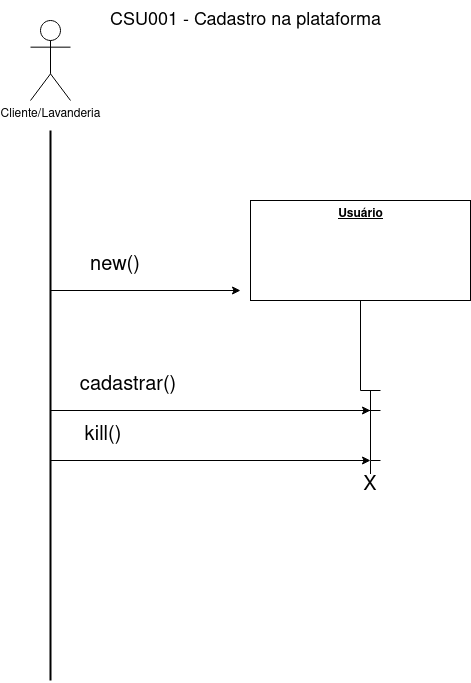
MuriloGomesMunhoz/A-SClean keeps this draw.io diagram as resources/sequence_cadastro.png. Above is the earlier version. Source tidied: cells renumbered, new cells last; positions are measured from the earlier drawing's top-left corner, leaving out a move shared by most shapes. Source of this version:
```xml
<mxGraphModel>
  <root>
    <mxCell id="0" />
    <mxCell id="1" parent="0" />
    <mxCell id="2" style="endArrow=none;html=1;strokeWidth=2;rounded=0;fontSize=30;" parent="1" edge="1">
      <mxGeometry relative="1" as="geometry">
        <mxPoint x="20" y="130" as="sourcePoint" />
        <mxPoint x="20" y="680" as="targetPoint" />
      </mxGeometry>
    </mxCell>
    <mxCell id="3" style="endArrow=classic;html=1;rounded=0;fontSize=30;" parent="1" edge="1">
      <mxGeometry relative="1" as="geometry">
        <mxPoint x="20" y="290" as="sourcePoint" />
        <mxPoint x="210" y="290" as="targetPoint" />
      </mxGeometry>
    </mxCell>
    <mxCell id="4" value="new()" style="text;html=1;strokeColor=none;fillColor=none;align=center;verticalAlign=middle;whiteSpace=wrap;rounded=0;fontSize=20;" parent="1" vertex="1">
      <mxGeometry x="50" y="250" width="70" height="30" as="geometry" />
    </mxCell>
    <mxCell id="5" value="Cliente/Lavanderia" style="shape=umlActor;verticalLabelPosition=bottom;verticalAlign=top;html=1;" parent="1" vertex="1">
      <mxGeometry y="20" width="40" height="80" as="geometry" />
    </mxCell>
    <mxCell id="6" style="edgeStyle=orthogonalEdgeStyle;rounded=0;jettySize=auto;html=1;endArrow=none;endFill=0;" parent="1" edge="1" source="7">
      <mxGeometry relative="1" as="geometry">
        <mxPoint x="330" y="390" as="targetPoint" />
      </mxGeometry>
    </mxCell>
    <mxCell id="7" value="&lt;b&gt;&lt;u&gt;Usuário&lt;/u&gt;&lt;/b&gt;" style="html=1;verticalAlign=top;" parent="1" vertex="1">
      <mxGeometry x="220" y="200" width="220" height="100" as="geometry" />
    </mxCell>
    <mxCell id="8" style="endArrow=classic;html=1;rounded=0;fontSize=30;" parent="1" edge="1">
      <mxGeometry relative="1" as="geometry">
        <mxPoint x="20" y="410" as="sourcePoint" />
        <mxPoint x="340" y="410" as="targetPoint" />
      </mxGeometry>
    </mxCell>
    <mxCell id="9" value="cadastrar()" style="text;html=1;strokeColor=none;fillColor=none;align=center;verticalAlign=middle;whiteSpace=wrap;rounded=0;fontSize=20;" parent="1" vertex="1">
      <mxGeometry x="50" y="370" width="96" height="30" as="geometry" />
    </mxCell>
    <mxCell id="10" style="edgeStyle=orthogonalEdgeStyle;rounded=0;orthogonalLoop=1;jettySize=auto;html=1;endArrow=none;endFill=0;" parent="1" edge="1">
      <mxGeometry relative="1" as="geometry">
        <mxPoint x="330" y="390" as="sourcePoint" />
        <mxPoint x="350" y="390" as="targetPoint" />
      </mxGeometry>
    </mxCell>
    <mxCell id="11" style="edgeStyle=orthogonalEdgeStyle;rounded=0;orthogonalLoop=1;jettySize=auto;html=1;endArrow=none;endFill=0;" parent="1" edge="1">
      <mxGeometry relative="1" as="geometry">
        <mxPoint x="340" y="390" as="sourcePoint" />
        <mxPoint x="340" y="410" as="targetPoint" />
      </mxGeometry>
    </mxCell>
    <mxCell id="12" style="edgeStyle=orthogonalEdgeStyle;rounded=0;orthogonalLoop=1;jettySize=auto;html=1;endArrow=none;endFill=0;" parent="1" edge="1">
      <mxGeometry relative="1" as="geometry">
        <mxPoint x="330" y="410" as="sourcePoint" />
        <mxPoint x="350" y="410" as="targetPoint" />
      </mxGeometry>
    </mxCell>
    <mxCell id="13" value="kill()" style="text;html=1;strokeColor=none;fillColor=none;align=center;verticalAlign=middle;whiteSpace=wrap;rounded=0;fontSize=20;" parent="1" vertex="1">
      <mxGeometry x="50" y="420" width="46" height="30" as="geometry" />
    </mxCell>
    <mxCell id="14" style="endArrow=classic;html=1;rounded=0;fontSize=30;" parent="1" edge="1">
      <mxGeometry relative="1" as="geometry">
        <mxPoint x="20" y="460" as="sourcePoint" />
        <mxPoint x="340" y="460" as="targetPoint" />
      </mxGeometry>
    </mxCell>
    <mxCell id="15" style="edgeStyle=orthogonalEdgeStyle;rounded=0;orthogonalLoop=1;jettySize=auto;html=1;endArrow=none;endFill=0;" parent="1" edge="1">
      <mxGeometry relative="1" as="geometry">
        <mxPoint x="340" y="460" as="sourcePoint" />
        <mxPoint x="350" y="460" as="targetPoint" />
      </mxGeometry>
    </mxCell>
    <mxCell id="16" style="edgeStyle=orthogonalEdgeStyle;rounded=0;orthogonalLoop=1;jettySize=auto;html=1;endArrow=none;endFill=0;" parent="1" edge="1">
      <mxGeometry relative="1" as="geometry">
        <mxPoint x="340" y="460" as="sourcePoint" />
        <mxPoint x="340" y="480" as="targetPoint" />
      </mxGeometry>
    </mxCell>
    <mxCell id="17" value="X" style="text;html=1;strokeColor=none;fillColor=none;align=center;verticalAlign=middle;whiteSpace=wrap;rounded=0;labelBackgroundColor=#ffffff;fontSize=20;" parent="1" vertex="1">
      <mxGeometry x="330" y="470" width="20" height="30" as="geometry" />
    </mxCell>
    <mxCell id="18" value="CSU001 - Cadastro na plataforma" style="text;html=1;align=center;verticalAlign=middle;strokeColor=none;fillColor=none;fontSize=18;" parent="1" vertex="1">
      <mxGeometry x="65" width="300" height="40" as="geometry" />
    </mxCell>
    <mxCell id="19" style="edgeStyle=orthogonalEdgeStyle;rounded=0;orthogonalLoop=1;jettySize=auto;html=1;endArrow=none;endFill=0;" parent="1" edge="1">
      <mxGeometry relative="1" as="geometry">
        <mxPoint x="340" y="410" as="sourcePoint" />
        <mxPoint x="340" y="460" as="targetPoint" />
      </mxGeometry>
    </mxCell>
  </root>
</mxGraphModel>
```
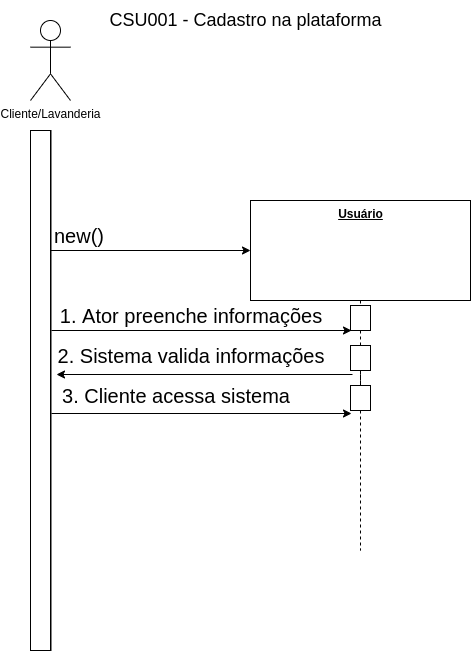
After the change.

Commit message:
Update sequence diagrams

Change to the diagram source:
```diff
@@ -5,88 +5,76 @@
     <mxCell id="2" style="endArrow=none;html=1;strokeWidth=2;rounded=0;fontSize=30;" parent="1" edge="1">
       <mxGeometry relative="1" as="geometry">
         <mxPoint x="20" y="130" as="sourcePoint" />
-        <mxPoint x="20" y="680" as="targetPoint" />
+        <mxPoint x="20" y="650" as="targetPoint" />
       </mxGeometry>
     </mxCell>
-    <mxCell id="3" style="endArrow=classic;html=1;rounded=0;fontSize=30;" parent="1" edge="1">
-      <mxGeometry relative="1" as="geometry">
-        <mxPoint x="20" y="290" as="sourcePoint" />
-        <mxPoint x="210" y="290" as="targetPoint" />
-      </mxGeometry>
-    </mxCell>
-    <mxCell id="4" value="new()" style="text;html=1;strokeColor=none;fillColor=none;align=center;verticalAlign=middle;whiteSpace=wrap;rounded=0;fontSize=20;" parent="1" vertex="1">
-      <mxGeometry x="50" y="250" width="70" height="30" as="geometry" />
-    </mxCell>
     <mxCell id="5" value="Cliente/Lavanderia" style="shape=umlActor;verticalLabelPosition=bottom;verticalAlign=top;html=1;" parent="1" vertex="1">
       <mxGeometry y="20" width="40" height="80" as="geometry" />
     </mxCell>
-    <mxCell id="6" style="edgeStyle=orthogonalEdgeStyle;rounded=0;jettySize=auto;html=1;endArrow=none;endFill=0;" parent="1" edge="1" source="7">
+    <mxCell id="6" style="edgeStyle=orthogonalEdgeStyle;rounded=0;jettySize=auto;html=1;endArrow=none;endFill=0;dashed=1;startArrow=none;" parent="1" edge="1" source="32">
       <mxGeometry relative="1" as="geometry">
-        <mxPoint x="330" y="390" as="targetPoint" />
+        <mxPoint x="330" y="550" as="targetPoint" />
       </mxGeometry>
     </mxCell>
     <mxCell id="7" value="&lt;b&gt;&lt;u&gt;Usuário&lt;/u&gt;&lt;/b&gt;" style="html=1;verticalAlign=top;" parent="1" vertex="1">
       <mxGeometry x="220" y="200" width="220" height="100" as="geometry" />
     </mxCell>
-    <mxCell id="8" style="endArrow=classic;html=1;rounded=0;fontSize=30;" parent="1" edge="1">
-      <mxGeometry relative="1" as="geometry">
-        <mxPoint x="20" y="410" as="sourcePoint" />
-        <mxPoint x="340" y="410" as="targetPoint" />
-      </mxGeometry>
-    </mxCell>
-    <mxCell id="9" value="cadastrar()" style="text;html=1;strokeColor=none;fillColor=none;align=center;verticalAlign=middle;whiteSpace=wrap;rounded=0;fontSize=20;" parent="1" vertex="1">
-      <mxGeometry x="50" y="370" width="96" height="30" as="geometry" />
-    </mxCell>
-    <mxCell id="10" style="edgeStyle=orthogonalEdgeStyle;rounded=0;orthogonalLoop=1;jettySize=auto;html=1;endArrow=none;endFill=0;" parent="1" edge="1">
-      <mxGeometry relative="1" as="geometry">
-        <mxPoint x="330" y="390" as="sourcePoint" />
-        <mxPoint x="350" y="390" as="targetPoint" />
-      </mxGeometry>
-    </mxCell>
-    <mxCell id="11" style="edgeStyle=orthogonalEdgeStyle;rounded=0;orthogonalLoop=1;jettySize=auto;html=1;endArrow=none;endFill=0;" parent="1" edge="1">
-      <mxGeometry relative="1" as="geometry">
-        <mxPoint x="340" y="390" as="sourcePoint" />
-        <mxPoint x="340" y="410" as="targetPoint" />
-      </mxGeometry>
-    </mxCell>
-    <mxCell id="12" style="edgeStyle=orthogonalEdgeStyle;rounded=0;orthogonalLoop=1;jettySize=auto;html=1;endArrow=none;endFill=0;" parent="1" edge="1">
-      <mxGeometry relative="1" as="geometry">
-        <mxPoint x="330" y="410" as="sourcePoint" />
-        <mxPoint x="350" y="410" as="targetPoint" />
-      </mxGeometry>
-    </mxCell>
-    <mxCell id="13" value="kill()" style="text;html=1;strokeColor=none;fillColor=none;align=center;verticalAlign=middle;whiteSpace=wrap;rounded=0;fontSize=20;" parent="1" vertex="1">
-      <mxGeometry x="50" y="420" width="46" height="30" as="geometry" />
-    </mxCell>
-    <mxCell id="14" style="endArrow=classic;html=1;rounded=0;fontSize=30;" parent="1" edge="1">
-      <mxGeometry relative="1" as="geometry">
-        <mxPoint x="20" y="460" as="sourcePoint" />
-        <mxPoint x="340" y="460" as="targetPoint" />
-      </mxGeometry>
-    </mxCell>
-    <mxCell id="15" style="edgeStyle=orthogonalEdgeStyle;rounded=0;orthogonalLoop=1;jettySize=auto;html=1;endArrow=none;endFill=0;" parent="1" edge="1">
-      <mxGeometry relative="1" as="geometry">
-        <mxPoint x="340" y="460" as="sourcePoint" />
-        <mxPoint x="350" y="460" as="targetPoint" />
-      </mxGeometry>
-    </mxCell>
-    <mxCell id="16" style="edgeStyle=orthogonalEdgeStyle;rounded=0;orthogonalLoop=1;jettySize=auto;html=1;endArrow=none;endFill=0;" parent="1" edge="1">
-      <mxGeometry relative="1" as="geometry">
-        <mxPoint x="340" y="460" as="sourcePoint" />
-        <mxPoint x="340" y="480" as="targetPoint" />
-      </mxGeometry>
-    </mxCell>
-    <mxCell id="17" value="X" style="text;html=1;strokeColor=none;fillColor=none;align=center;verticalAlign=middle;whiteSpace=wrap;rounded=0;labelBackgroundColor=#ffffff;fontSize=20;" parent="1" vertex="1">
-      <mxGeometry x="330" y="470" width="20" height="30" as="geometry" />
-    </mxCell>
     <mxCell id="18" value="CSU001 - Cadastro na plataforma" style="text;html=1;align=center;verticalAlign=middle;strokeColor=none;fillColor=none;fontSize=18;" parent="1" vertex="1">
       <mxGeometry x="65" width="300" height="40" as="geometry" />
     </mxCell>
-    <mxCell id="19" style="edgeStyle=orthogonalEdgeStyle;rounded=0;orthogonalLoop=1;jettySize=auto;html=1;endArrow=none;endFill=0;" parent="1" edge="1">
-      <mxGeometry relative="1" as="geometry">
-        <mxPoint x="340" y="410" as="sourcePoint" />
-        <mxPoint x="340" y="460" as="targetPoint" />
-      </mxGeometry>
-    </mxCell>
+    <mxCell id="20" style="endArrow=classic;html=1;rounded=0;fontSize=30;" parent="1" edge="1">
+      <mxGeometry relative="1" as="geometry">
+        <mxPoint x="21" y="330" as="sourcePoint" />
+        <mxPoint x="321" y="330" as="targetPoint" />
+      </mxGeometry>
+    </mxCell>
+    <mxCell id="21" value="1. Ator preenche informações" style="text;html=1;strokeColor=none;fillColor=none;align=center;verticalAlign=middle;whiteSpace=wrap;rounded=0;fontSize=20;" parent="1" vertex="1">
+      <mxGeometry x="26" y="300" width="270" height="30" as="geometry" />
+    </mxCell>
+    <mxCell id="22" style="endArrow=classic;html=1;rounded=0;fontSize=30;" parent="1" edge="1">
+      <mxGeometry relative="1" as="geometry">
+        <mxPoint x="322" y="374" as="sourcePoint" />
+        <mxPoint x="26" y="374" as="targetPoint" />
+      </mxGeometry>
+    </mxCell>
+    <mxCell id="23" value="2. Sistema valida informações" style="text;html=1;strokeColor=none;fillColor=none;align=center;verticalAlign=middle;whiteSpace=wrap;rounded=0;fontSize=20;" parent="1" vertex="1">
+      <mxGeometry x="26" y="340" width="270" height="30" as="geometry" />
+    </mxCell>
+    <mxCell id="24" style="endArrow=classic;html=1;rounded=0;fontSize=30;" parent="1" edge="1">
+      <mxGeometry relative="1" as="geometry">
+        <mxPoint x="20" y="250" as="sourcePoint" />
+        <mxPoint x="220" y="250" as="targetPoint" />
+      </mxGeometry>
+    </mxCell>
+    <mxCell id="4" value="new()" style="text;html=1;strokeColor=none;fillColor=none;align=center;verticalAlign=middle;whiteSpace=wrap;rounded=0;fontSize=20;" parent="1" vertex="1">
+      <mxGeometry x="26" y="220" width="46" height="30" as="geometry" />
+    </mxCell>
+    <mxCell id="25" style="endArrow=classic;html=1;rounded=0;fontSize=30;" parent="1" edge="1">
+      <mxGeometry relative="1" as="geometry">
+        <mxPoint x="21" y="413" as="sourcePoint" />
+        <mxPoint x="321" y="413" as="targetPoint" />
+      </mxGeometry>
+    </mxCell>
+    <mxCell id="26" value="3. Cliente acessa sistema" style="text;html=1;strokeColor=none;fillColor=none;align=center;verticalAlign=middle;whiteSpace=wrap;rounded=0;fontSize=20;" parent="1" vertex="1">
+      <mxGeometry x="26" y="380" width="240" height="30" as="geometry" />
+    </mxCell>
+    <mxCell id="27" style="rounded=0;whiteSpace=wrap;html=1;" parent="1" vertex="1">
+      <mxGeometry y="130" width="20" height="520" as="geometry" />
+    </mxCell>
+    <mxCell id="28" style="edgeStyle=orthogonalEdgeStyle;rounded=0;jettySize=auto;html=1;endArrow=none;endFill=0;dashed=1;" parent="1" edge="1" source="7" target="31">
+      <mxGeometry relative="1" as="geometry" />
+    </mxCell>
+    <mxCell id="29" style="edgeStyle=orthogonalEdgeStyle;rounded=0;jettySize=auto;html=1;endArrow=none;endFill=0;dashed=1;startArrow=none;" parent="1" edge="1" source="31" target="32">
+      <mxGeometry relative="1" as="geometry" />
+    </mxCell>
+    <mxCell id="30" style="rounded=0;whiteSpace=wrap;html=1;" parent="1" vertex="1">
+      <mxGeometry x="320" y="305" width="20" height="25" as="geometry" />
+    </mxCell>
+    <mxCell id="31" style="rounded=0;whiteSpace=wrap;html=1;" parent="1" vertex="1">
+      <mxGeometry x="320" y="345" width="20" height="25" as="geometry" />
+    </mxCell>
+    <mxCell id="32" style="rounded=0;whiteSpace=wrap;html=1;" parent="1" vertex="1">
+      <mxGeometry x="320" y="385" width="20" height="25" as="geometry" />
+    </mxCell>
   </root>
 </mxGraphModel>
```
